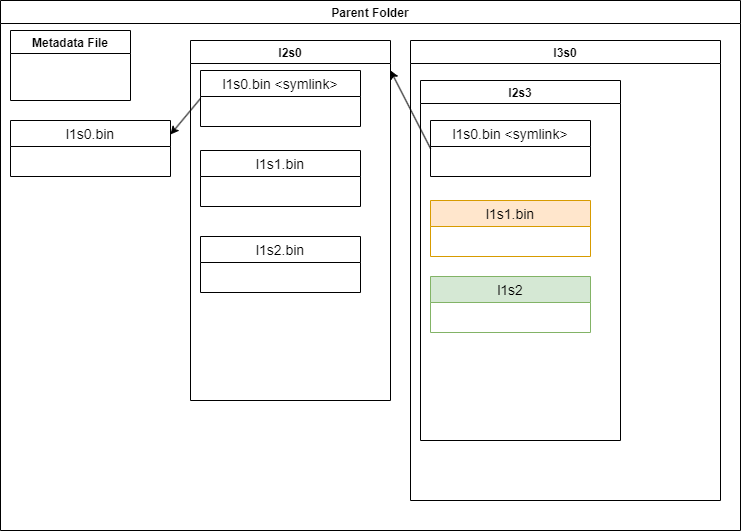
This is data_structures/zigguratDiskStructures/ZigguratPhysicalLevel0-3Rdbms.drawio.png from adligo/papers.adligo.com, a draw.io export, as it was before one commit. Source tidied: cells renumbered, new cells last; positions are measured from the earlier drawing's top-left corner, leaving out a move shared by most shapes. Source of this version:
```xml
<mxGraphModel>
  <root>
    <mxCell id="0" />
    <mxCell id="1" parent="0" />
    <mxCell id="2" value="Parent Folder" style="swimlane;" parent="1" vertex="1">
      <mxGeometry width="740" height="530" as="geometry" />
    </mxCell>
    <mxCell id="3" value="Metadata File" style="swimlane;" parent="2" vertex="1">
      <mxGeometry x="10" y="30" width="120" height="70" as="geometry" />
    </mxCell>
    <mxCell id="4" value="l1s0.bin" style="swimlane;fontStyle=0;horizontal=1;startSize=26;align=center;fontSize=14;" parent="2" vertex="1">
      <mxGeometry x="10" y="120" width="160" height="56" as="geometry" />
    </mxCell>
    <mxCell id="5" value="l2s0" style="swimlane;" parent="2" vertex="1">
      <mxGeometry x="190" y="40" width="200" height="360" as="geometry" />
    </mxCell>
    <mxCell id="6" value="l1s1.bin" style="swimlane;fontStyle=0;horizontal=1;startSize=26;align=center;fontSize=14;" parent="5" vertex="1">
      <mxGeometry x="10" y="110" width="160" height="56" as="geometry" />
    </mxCell>
    <mxCell id="7" value="l1s2.bin" style="swimlane;fontStyle=0;horizontal=1;startSize=26;align=center;fontSize=14;" parent="5" vertex="1">
      <mxGeometry x="10" y="196" width="160" height="56" as="geometry" />
    </mxCell>
    <mxCell id="8" value="l1s0.bin &lt;symlink&gt;" style="swimlane;fontStyle=0;horizontal=1;startSize=26;align=center;fontSize=14;" parent="5" vertex="1">
      <mxGeometry x="10" y="30" width="160" height="56" as="geometry" />
    </mxCell>
    <mxCell id="9" value="l3s0" style="swimlane;" parent="2" vertex="1">
      <mxGeometry x="410" y="40" width="310" height="460" as="geometry" />
    </mxCell>
    <mxCell id="10" value="l2s3" style="swimlane;" parent="9" vertex="1">
      <mxGeometry x="10" y="40" width="200" height="360" as="geometry" />
    </mxCell>
    <mxCell id="11" value="l1s1.bin" style="swimlane;fontStyle=0;horizontal=1;startSize=26;align=center;fontSize=14;fillColor=#ffe6cc;strokeColor=#d79b00;" parent="10" vertex="1">
      <mxGeometry x="10" y="120" width="160" height="56" as="geometry" />
    </mxCell>
    <mxCell id="12" value="l1s2" style="swimlane;fontStyle=0;horizontal=1;startSize=26;align=center;fontSize=14;fillColor=#d5e8d4;strokeColor=#82b366;" parent="10" vertex="1">
      <mxGeometry x="10" y="196" width="160" height="56" as="geometry" />
    </mxCell>
    <mxCell id="13" value="l1s0.bin &lt;symlink&gt;" style="swimlane;fontStyle=0;horizontal=1;startSize=26;align=center;fontSize=14;" parent="10" vertex="1">
      <mxGeometry x="10" y="40" width="160" height="56" as="geometry" />
    </mxCell>
    <mxCell id="14" style="endArrow=classic;html=1;rounded=0;entryX=1;entryY=0.25;entryDx=0;entryDy=0;exitX=0;exitY=0.5;exitDx=0;exitDy=0;" parent="2" edge="1" source="8" target="4">
      <mxGeometry relative="1" as="geometry" />
    </mxCell>
    <mxCell id="15" style="endArrow=classic;html=1;rounded=0;exitX=0;exitY=0.5;exitDx=0;exitDy=0;" parent="1" edge="1" source="13">
      <mxGeometry relative="1" as="geometry">
        <mxPoint x="390" y="70" as="targetPoint" />
      </mxGeometry>
    </mxCell>
  </root>
</mxGraphModel>
```
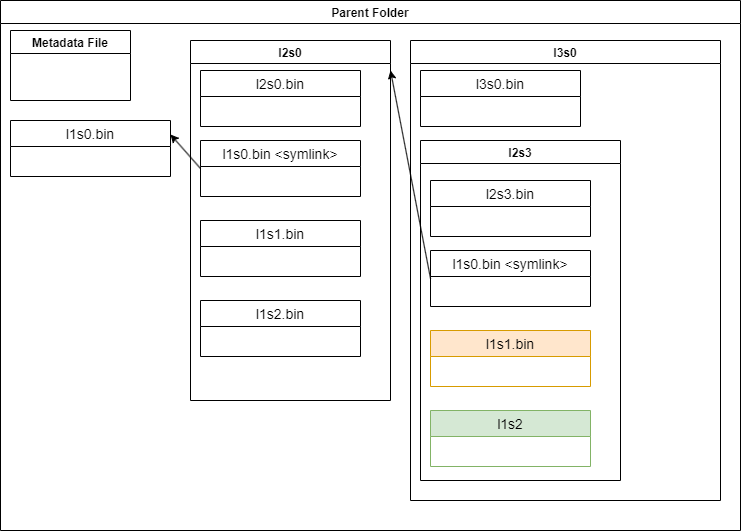
The same file after the commit.

Diff of the diagram source:
```diff
@@ -15,29 +15,38 @@
       <mxGeometry x="190" y="40" width="200" height="360" as="geometry" />
     </mxCell>
     <mxCell id="6" value="l1s1.bin" style="swimlane;fontStyle=0;horizontal=1;startSize=26;align=center;fontSize=14;" parent="5" vertex="1">
-      <mxGeometry x="10" y="110" width="160" height="56" as="geometry" />
+      <mxGeometry x="10" y="180" width="160" height="56" as="geometry" />
     </mxCell>
     <mxCell id="7" value="l1s2.bin" style="swimlane;fontStyle=0;horizontal=1;startSize=26;align=center;fontSize=14;" parent="5" vertex="1">
-      <mxGeometry x="10" y="196" width="160" height="56" as="geometry" />
+      <mxGeometry x="10" y="260" width="160" height="56" as="geometry" />
     </mxCell>
     <mxCell id="8" value="l1s0.bin &lt;symlink&gt;" style="swimlane;fontStyle=0;horizontal=1;startSize=26;align=center;fontSize=14;" parent="5" vertex="1">
-      <mxGeometry x="10" y="30" width="160" height="56" as="geometry" />
+      <mxGeometry x="10" y="100" width="160" height="56" as="geometry" />
     </mxCell>
+    <mxCell id="16" value="l2s0.bin" style="swimlane;fontStyle=0;horizontal=1;startSize=26;align=center;fontSize=14;" parent="5" vertex="1">
+      <mxGeometry x="10" y="30" width="160" height="56" as="geometry" />
+    </mxCell>
     <mxCell id="9" value="l3s0" style="swimlane;" parent="2" vertex="1">
       <mxGeometry x="410" y="40" width="310" height="460" as="geometry" />
     </mxCell>
     <mxCell id="10" value="l2s3" style="swimlane;" parent="9" vertex="1">
-      <mxGeometry x="10" y="40" width="200" height="360" as="geometry" />
+      <mxGeometry x="10" y="100" width="200" height="340" as="geometry" />
     </mxCell>
     <mxCell id="11" value="l1s1.bin" style="swimlane;fontStyle=0;horizontal=1;startSize=26;align=center;fontSize=14;fillColor=#ffe6cc;strokeColor=#d79b00;" parent="10" vertex="1">
-      <mxGeometry x="10" y="120" width="160" height="56" as="geometry" />
+      <mxGeometry x="10" y="190" width="160" height="56" as="geometry" />
     </mxCell>
     <mxCell id="12" value="l1s2" style="swimlane;fontStyle=0;horizontal=1;startSize=26;align=center;fontSize=14;fillColor=#d5e8d4;strokeColor=#82b366;" parent="10" vertex="1">
-      <mxGeometry x="10" y="196" width="160" height="56" as="geometry" />
+      <mxGeometry x="10" y="270" width="160" height="56" as="geometry" />
     </mxCell>
     <mxCell id="13" value="l1s0.bin &lt;symlink&gt;" style="swimlane;fontStyle=0;horizontal=1;startSize=26;align=center;fontSize=14;" parent="10" vertex="1">
-      <mxGeometry x="10" y="40" width="160" height="56" as="geometry" />
+      <mxGeometry x="10" y="110" width="160" height="56" as="geometry" />
     </mxCell>
+    <mxCell id="17" value="l2s3.bin" style="swimlane;fontStyle=0;horizontal=1;startSize=26;align=center;fontSize=14;" parent="10" vertex="1">
+      <mxGeometry x="10" y="40" width="160" height="56" as="geometry" />
+    </mxCell>
+    <mxCell id="18" value="l3s0.bin" style="swimlane;fontStyle=0;horizontal=1;startSize=26;align=center;fontSize=14;" parent="9" vertex="1">
+      <mxGeometry x="10" y="30" width="160" height="56" as="geometry" />
+    </mxCell>
     <mxCell id="14" style="endArrow=classic;html=1;rounded=0;entryX=1;entryY=0.25;entryDx=0;entryDy=0;exitX=0;exitY=0.5;exitDx=0;exitDy=0;" parent="2" edge="1" source="8" target="4">
       <mxGeometry relative="1" as="geometry" />
     </mxCell>
```
